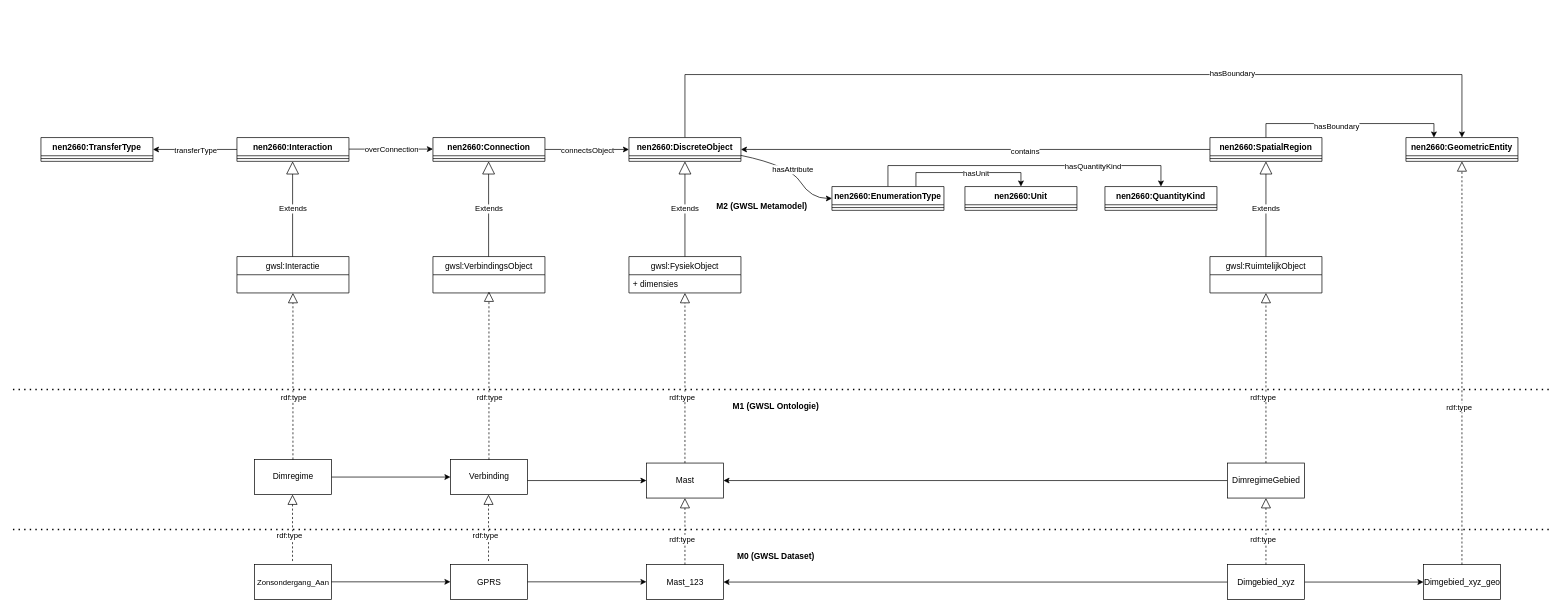
Above: data/Werkgroep Modellering en Techniek/Model_GWSL.drawio in Stichting-CROW/gwsl (draw.io), before the change. Source tidied: cells renumbered, new cells numbered last; positions are measured from the earlier drawing's top-left corner, leaving out a move shared by most shapes. Both pictures are drawn from the tidied source at 70%, with x=0, y=0 at pixel (13, 74).
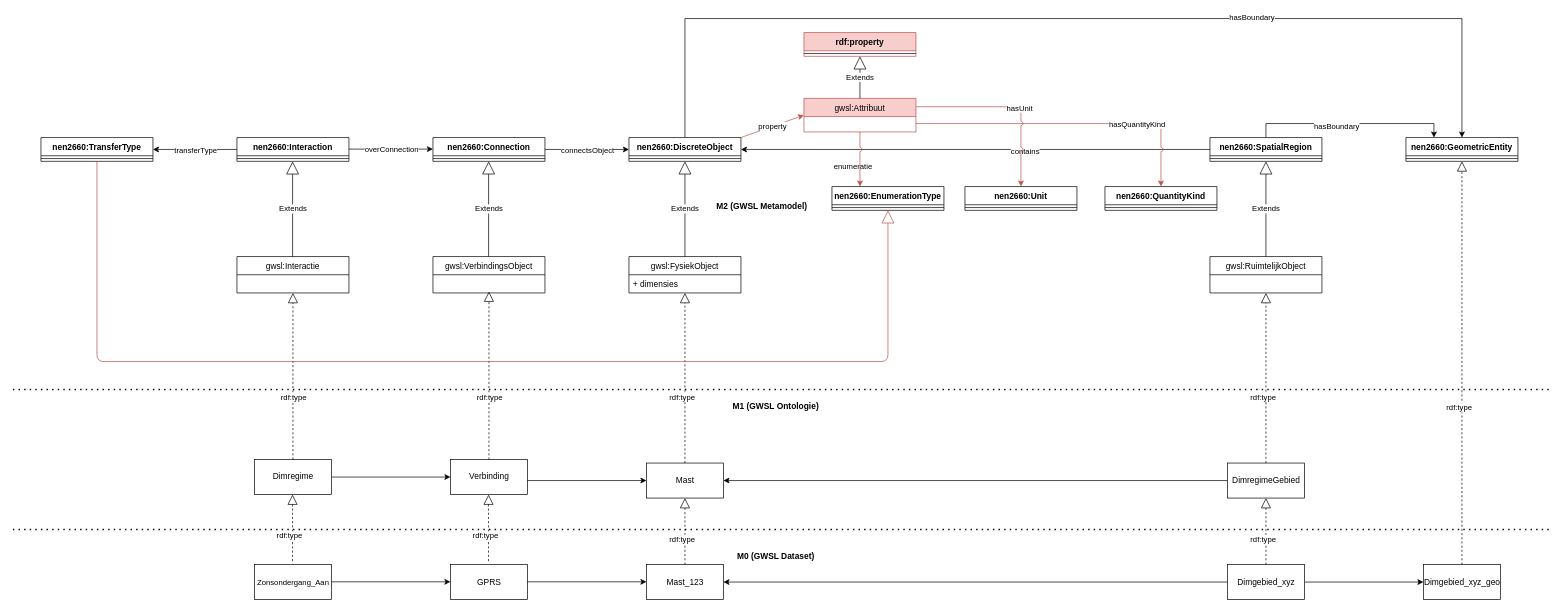
The same diagram, later.

Commit message:
voorstel aanpassingen metamodel

The change refers to these unchanged cells:
```xml
<mxCell id="2" style="edgeStyle=orthogonalEdgeStyle;rounded=0;jettySize=auto;html=1;entryX=0;entryY=0.5;entryDx=0;entryDy=0;startArrow=classic;startFill=1;endArrow=none;endFill=0;" parent="1" edge="1" source="6" target="10">
  <mxGeometry relative="1" as="geometry" />
</mxCell>
<mxCell id="6" value="nen2660:DiscreteObject" style="swimlane;fontStyle=1;align=center;verticalAlign=top;horizontal=1;startSize=26;" parent="1" vertex="1">
  <mxGeometry x="880" y="90" width="160" height="34" as="geometry" />
</mxCell>
<mxCell id="37" value="nen2660:GeometricEntity" style="swimlane;fontStyle=1;align=center;verticalAlign=top;horizontal=1;startSize=26;" parent="1" vertex="1">
  <mxGeometry x="1990" y="90" width="160" height="34" as="geometry" />
</mxCell>
<mxCell id="62" value="nen2660:TransferType" style="swimlane;fontStyle=1;align=center;verticalAlign=top;horizontal=1;startSize=26;" parent="1" vertex="1">
  <mxGeometry x="40" y="90" width="160" height="34" as="geometry" />
</mxCell>
<mxCell id="78" value="nen2660:EnumerationType" style="swimlane;fontStyle=1;align=center;verticalAlign=top;horizontal=1;startSize=26;" parent="1" vertex="1">
  <mxGeometry x="1170" y="160" width="160" height="34" as="geometry" />
</mxCell>
<mxCell id="81" value="nen2660:Unit" style="swimlane;fontStyle=1;align=center;verticalAlign=top;horizontal=1;startSize=26;" parent="1" vertex="1">
  <mxGeometry x="1360" y="160" width="160" height="34" as="geometry" />
</mxCell>
<mxCell id="83" value="nen2660:QuantityKind" style="swimlane;fontStyle=1;align=center;verticalAlign=top;horizontal=1;startSize=26;" parent="1" vertex="1">
  <mxGeometry x="1560" y="160" width="160" height="34" as="geometry" />
</mxCell>
```

Diff of the diagram source:
```diff
@@
+    <mxCell id="85" value="enumeratie" style="edgeLabel;html=1;align=center;verticalAlign=middle;" parent="2" vertex="1">
+      <mxGeometry x="-0.54" y="-10" relative="1" as="geometry">
+        <mxPoint x="5" y="13" as="offset" />
+      </mxGeometry>
+    </mxCell>
     <mxCell id="4" style="edgeStyle=orthogonalEdgeStyle;rounded=0;jettySize=auto;html=1;entryX=0.5;entryY=0;entryDx=0;entryDy=0;startArrow=none;startFill=0;endArrow=classic;endFill=1;" parent="1" edge="1" source="6" target="37">
       <mxGeometry relative="1" as="geometry">
         <Array as="points">
-          <mxPoint x="960" />
-          <mxPoint x="2070" />
+          <mxPoint x="960" y="-80" />
+          <mxPoint x="2070" y="-80" />
         </Array>
       </mxGeometry>
     </mxCell>
@@
-    <mxCell id="74" style="edgeStyle=orthogonalEdgeStyle;rounded=0;jettySize=auto;html=1;exitX=0.5;exitY=0;exitDx=0;exitDy=0;entryX=0.5;entryY=0;entryDx=0;entryDy=0;" parent="1" edge="1" source="78" target="83">
+    <mxCell id="74" style="edgeStyle=orthogonalEdgeStyle;rounded=0;jettySize=auto;html=1;exitX=1;exitY=0.75;exitDx=0;exitDy=0;entryX=0.5;entryY=0;entryDx=0;entryDy=0;fillColor=#f8cecc;strokeColor=#b85450;jumpStyle=arc;" parent="1" edge="1" source="88" target="83">
       <mxGeometry relative="1" as="geometry">
         <Array as="points">
-          <mxPoint x="1250" y="130" />
-          <mxPoint x="1640" y="130" />
+          <mxPoint x="1640" y="70" />
         </Array>
       </mxGeometry>
     </mxCell>
@@
-    <mxCell id="76" style="edgeStyle=orthogonalEdgeStyle;rounded=0;jettySize=auto;html=1;exitX=0.75;exitY=0;exitDx=0;exitDy=0;entryX=0.5;entryY=0;entryDx=0;entryDy=0;" parent="1" edge="1" source="78" target="81">
+    <mxCell id="76" style="edgeStyle=orthogonalEdgeStyle;rounded=0;jettySize=auto;html=1;exitX=1;exitY=0.25;exitDx=0;exitDy=0;entryX=0.5;entryY=0;entryDx=0;entryDy=0;fillColor=#f8cecc;strokeColor=#b85450;jumpStyle=arc;" parent="1" edge="1" source="88" target="81">
       <mxGeometry relative="1" as="geometry" />
     </mxCell>
@@
-    <mxCell id="80" value="hasAttribute" style="curved=1;endArrow=classic;html=1;exitX=1;exitY=0.75;exitDx=0;exitDy=0;entryX=0;entryY=0.5;entryDx=0;entryDy=0;" parent="1" edge="1" source="6" target="78">
-      <mxGeometry relative="1" as="geometry">
-        <Array as="points">
-          <mxPoint x="1110" y="130" />
-          <mxPoint x="1140" y="177" />
-        </Array>
-      </mxGeometry>
+    <mxCell id="80" value="property" style="curved=1;endArrow=classic;html=1;exitX=1;exitY=0;exitDx=0;exitDy=0;entryX=0;entryY=0.5;entryDx=0;entryDy=0;fillColor=#f8cecc;strokeColor=#b85450;" parent="1" edge="1" source="6" target="88">
+      <mxGeometry relative="1" as="geometry" />
     </mxCell>
@@
+    <mxCell id="86" style="endArrow=block;endSize=16;endFill=0;html=1;entryX=0.5;entryY=1;entryDx=0;entryDy=0;exitX=0.5;exitY=1;exitDx=0;exitDy=0;fillColor=#f8cecc;strokeColor=#b85450;" parent="1" edge="1" source="62" target="78">
+      <mxGeometry relative="1" as="geometry">
+        <Array as="points">
+          <mxPoint x="120" y="410" />
+          <mxPoint x="1250" y="410" />
+        </Array>
+      </mxGeometry>
+    </mxCell>
+    <mxCell id="87" style="edgeStyle=orthogonalEdgeStyle;rounded=0;jettySize=auto;html=1;entryX=0.25;entryY=0;entryDx=0;entryDy=0;jumpStyle=arc;fillColor=#f8cecc;strokeColor=#b85450;" parent="1" edge="1" source="88" target="78">
+      <mxGeometry relative="1" as="geometry" />
+    </mxCell>
+    <mxCell id="88" value="gwsl:Attribuut" style="swimlane;fontStyle=0;horizontal=1;startSize=26;fillColor=#f8cecc;strokeColor=#b85450;" parent="1" vertex="1">
+      <mxGeometry x="1130" y="34" width="160" height="48" as="geometry" />
+    </mxCell>
+    <mxCell id="89" value="rdf:property" style="swimlane;fontStyle=1;align=center;verticalAlign=top;horizontal=1;startSize=26;fillColor=#f8cecc;strokeColor=#b85450;" parent="1" vertex="1">
+      <mxGeometry x="1130" y="-60" width="160" height="34" as="geometry" />
+    </mxCell>
+    <mxCell id="90" style="line;strokeWidth=1;fillColor=none;align=left;verticalAlign=middle;spacingTop=-1;spacingLeft=3;spacingRight=3;labelPosition=right;" parent="89" vertex="1">
+      <mxGeometry y="26" width="160" height="8" as="geometry" />
+    </mxCell>
+    <mxCell id="91" value="Extends" style="endArrow=block;endSize=16;endFill=0;html=1;entryX=0.5;entryY=1;entryDx=0;entryDy=0;exitX=0.5;exitY=0;exitDx=0;exitDy=0;" parent="1" edge="1" source="88" target="89">
+      <mxGeometry relative="1" as="geometry" />
+    </mxCell>
```
